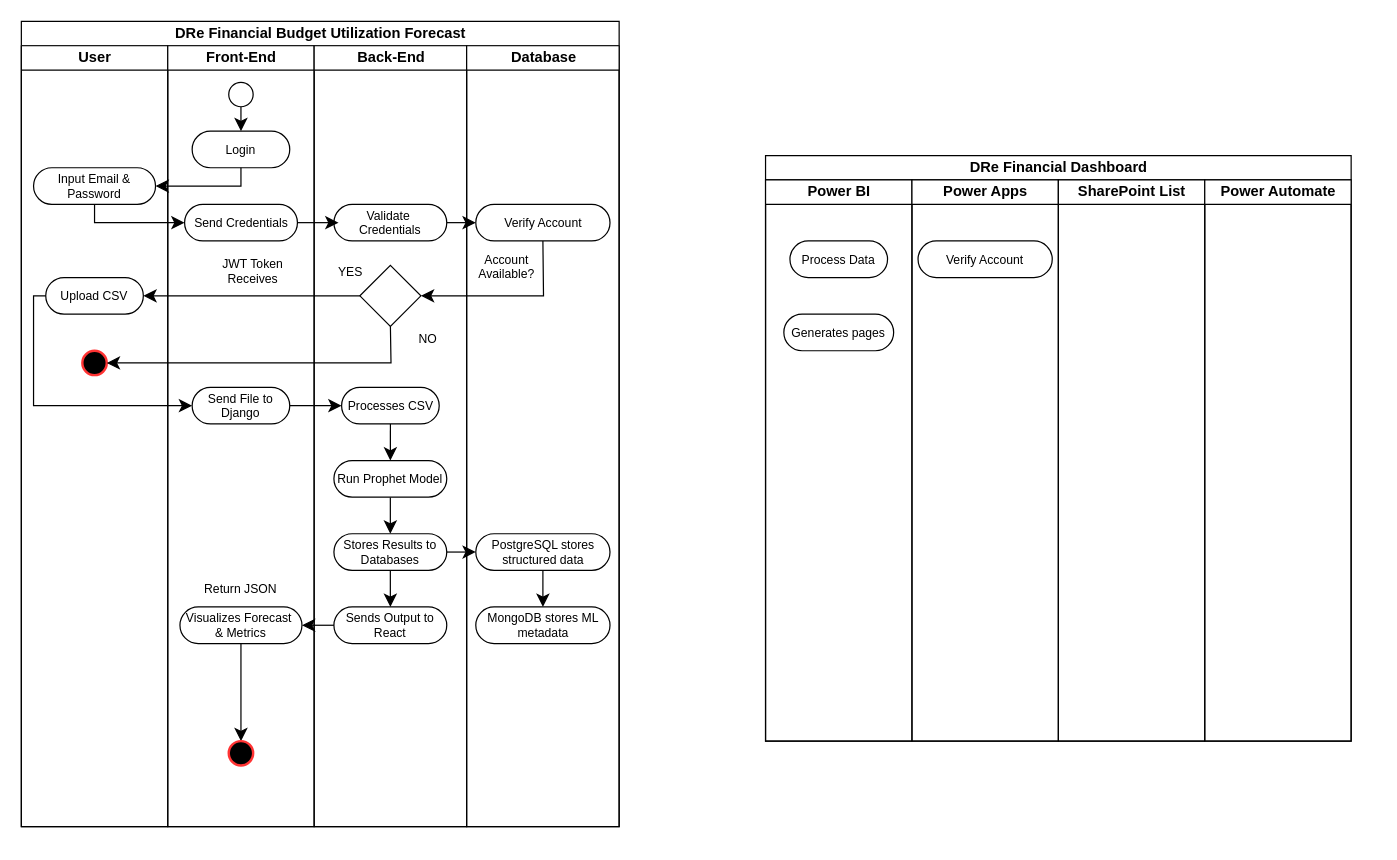
The draw.io diagram .devcontainer/Untitled Diagram.drawio in deb4b/budget-forecast-dashboard, before the edit. Source tidied: cells renumbered, new cells numbered last; positions are measured from the earlier drawing's top-left corner, leaving out a move shared by most shapes. Both pictures are drawn from the tidied source at 122%, with x=0, y=0 at pixel (21, 21).
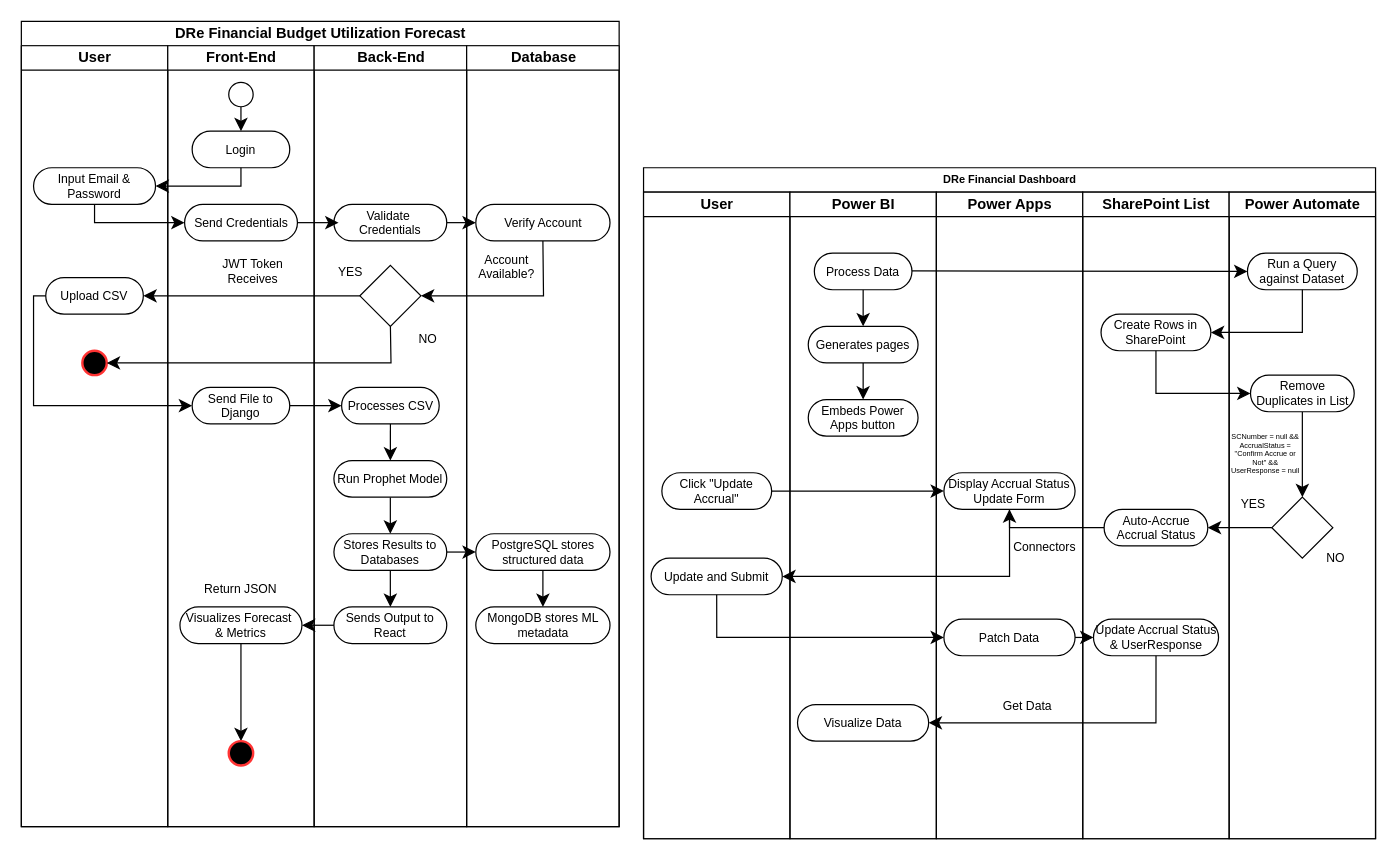
Above is the later version.

The change refers to these unchanged cells:
```xml
<mxCell id="49" value="Process Data" style="rounded=1;whiteSpace=wrap;html=1;arcSize=50;fontSize=10;" parent="48" vertex="1">
  <mxGeometry x="20" y="50" width="80" height="30" as="geometry" />
</mxCell>
<mxCell id="50" value="Generates pages" style="rounded=1;whiteSpace=wrap;html=1;arcSize=50;fontSize=10;" parent="48" vertex="1">
  <mxGeometry x="15" y="110" width="90" height="30" as="geometry" />
</mxCell>
```

Change to the diagram source:
```diff
@@
-    <mxCell id="47" value="DRe Financial Dashboard" style="swimlane;startSize=20;html=1;" parent="1" vertex="1">
-      <mxGeometry x="610" y="110" width="480" height="480" as="geometry" />
+    <mxCell id="47" value="DRe Financial Dashboard" style="swimlane;startSize=20;html=1;fontSize=9;" parent="1" vertex="1">
+      <mxGeometry x="510" y="120" width="600" height="550" as="geometry" />
     </mxCell>
+    <mxCell id="55" value="User" style="swimlane;startSize=20;html=1;" parent="47" vertex="1">
+      <mxGeometry y="20" width="120" height="530" as="geometry" />
+    </mxCell>
+    <mxCell id="56" value="Update and Submit" style="rounded=1;whiteSpace=wrap;html=1;arcSize=50;fontSize=10;" parent="55" vertex="1">
+      <mxGeometry x="6.2" y="300" width="107.5" height="30" as="geometry" />
+    </mxCell>
+    <mxCell id="57" value="Click &quot;Update Accrual&quot;" style="rounded=1;whiteSpace=wrap;html=1;arcSize=50;fontSize=10;" parent="55" vertex="1">
+      <mxGeometry x="15" y="230" width="90" height="30" as="geometry" />
+    </mxCell>
     <mxCell id="48" value="Power BI" style="swimlane;startSize=20;html=1;" parent="47" vertex="1">
-      <mxGeometry y="20" width="120" height="460" as="geometry" />
+      <mxGeometry x="120" y="20" width="120" height="530" as="geometry" />
     </mxCell>
+    <mxCell id="58" style="edgeStyle=none;curved=1;rounded=0;jettySize=auto;html=1;exitX=0.5;exitY=1;exitDx=0;exitDy=0;fontSize=12;startSize=8;endSize=8;" parent="48" edge="1" source="49" target="50">
+      <mxGeometry relative="1" as="geometry" />
+    </mxCell>
@@
+    <mxCell id="59" style="edgeStyle=none;curved=1;rounded=0;jettySize=auto;html=1;exitX=0.5;exitY=1;exitDx=0;exitDy=0;fontSize=12;startSize=8;endSize=8;" parent="48" edge="1" source="50" target="60">
+      <mxGeometry relative="1" as="geometry" />
+    </mxCell>
@@
+    <mxCell id="60" value="Embeds Power Apps button" style="rounded=1;whiteSpace=wrap;html=1;arcSize=50;fontSize=10;" parent="48" vertex="1">
+      <mxGeometry x="15" y="170" width="90" height="30" as="geometry" />
+    </mxCell>
+    <mxCell id="61" value="Visualize Data" style="rounded=1;whiteSpace=wrap;html=1;arcSize=50;fontSize=10;" parent="48" vertex="1">
+      <mxGeometry x="6.2" y="420" width="107.5" height="30" as="geometry" />
+    </mxCell>
     <mxCell id="51" value="Power Apps" style="swimlane;startSize=20;html=1;" parent="47" vertex="1">
-      <mxGeometry x="120" y="20" width="120" height="460" as="geometry" />
+      <mxGeometry x="240" y="20" width="120" height="530" as="geometry" />
     </mxCell>
-    <mxCell id="52" value="Verify Account" style="rounded=1;whiteSpace=wrap;html=1;arcSize=50;fontSize=10;" parent="51" vertex="1">
-      <mxGeometry x="5" y="50" width="110" height="30" as="geometry" />
+    <mxCell id="52" value="Display Accrual Status Update Form" style="rounded=1;whiteSpace=wrap;html=1;arcSize=50;fontSize=10;" parent="51" vertex="1">
+      <mxGeometry x="6.2" y="230" width="107.5" height="30" as="geometry" />
     </mxCell>
+    <mxCell id="62" style="edgeStyle=none;curved=1;rounded=0;jettySize=auto;html=1;exitX=1;exitY=0.5;exitDx=0;exitDy=0;fontSize=12;startSize=8;endSize=8;" parent="51" edge="1" target="69">
+      <mxGeometry relative="1" as="geometry">
+        <mxPoint x="-20" y="64.6" as="sourcePoint" />
+      </mxGeometry>
+    </mxCell>
+    <mxCell id="63" value="Connectors" style="text;html=1;whiteSpace=wrap;strokeColor=none;fillColor=none;align=center;verticalAlign=middle;rounded=0;fontSize=10;" parent="51" vertex="1">
+      <mxGeometry x="63.8" y="290" width="50" as="geometry" />
+    </mxCell>
+    <mxCell id="64" value="Patch Data" style="rounded=1;whiteSpace=wrap;html=1;arcSize=50;fontSize=10;" parent="51" vertex="1">
+      <mxGeometry x="6.2" y="350" width="107.5" height="30" as="geometry" />
+    </mxCell>
+    <mxCell id="65" value="Get Data" style="text;html=1;whiteSpace=wrap;strokeColor=none;fillColor=none;align=center;verticalAlign=middle;rounded=0;fontSize=10;" parent="51" vertex="1">
+      <mxGeometry x="50" y="420" width="50" as="geometry" />
+    </mxCell>
     <mxCell id="53" value="SharePoint List" style="swimlane;startSize=20;html=1;" parent="47" vertex="1">
-      <mxGeometry x="240" y="20" width="120" height="460" as="geometry" />
+      <mxGeometry x="360" y="20" width="120" height="530" as="geometry" />
     </mxCell>
+    <mxCell id="66" value="Create Rows in SharePoint" style="rounded=1;whiteSpace=wrap;html=1;arcSize=50;fontSize=10;" parent="53" vertex="1">
+      <mxGeometry x="15" y="100" width="90" height="30" as="geometry" />
+    </mxCell>
+    <mxCell id="67" value="Auto-Accrue Accrual Status" style="rounded=1;whiteSpace=wrap;html=1;arcSize=50;fontSize=10;" parent="53" vertex="1">
+      <mxGeometry x="17.5" y="260" width="85" height="30" as="geometry" />
+    </mxCell>
+    <mxCell id="68" value="Update Accrual Status &amp;amp; UserResponse" style="rounded=1;whiteSpace=wrap;html=1;arcSize=50;fontSize=10;" parent="53" vertex="1">
+      <mxGeometry x="8.8" y="350" width="102.5" height="30" as="geometry" />
+    </mxCell>
-    <mxCell id="54" value="Power Automate" style="swimlane;startSize=20;html=1;" parent="47" vertex="1">
-      <mxGeometry x="360" y="20" width="120" height="460" as="geometry" />
+    <mxCell id="54" value="&lt;font style=&quot;font-size: 12px;&quot;&gt;Power Automate&lt;/font&gt;" style="swimlane;startSize=20;html=1;fontSize=9;" parent="47" vertex="1">
+      <mxGeometry x="480" y="20" width="120" height="530" as="geometry" />
     </mxCell>
+    <mxCell id="69" value="Run a Query against Dataset" style="rounded=1;whiteSpace=wrap;html=1;arcSize=50;fontSize=10;" parent="54" vertex="1">
+      <mxGeometry x="15" y="50" width="90" height="30" as="geometry" />
+    </mxCell>
+    <mxCell id="70" style="edgeStyle=none;curved=1;rounded=0;jettySize=auto;html=1;exitX=0.5;exitY=1;exitDx=0;exitDy=0;fontSize=12;startSize=8;endSize=8;" parent="54" edge="1" source="71" target="72">
+      <mxGeometry relative="1" as="geometry" />
+    </mxCell>
+    <mxCell id="71" value="Remove Duplicates in List" style="rounded=1;whiteSpace=wrap;html=1;arcSize=50;fontSize=10;" parent="54" vertex="1">
+      <mxGeometry x="17.5" y="150" width="85" height="30" as="geometry" />
+    </mxCell>
+    <mxCell id="72" style="rhombus;whiteSpace=wrap;html=1;" parent="54" vertex="1">
+      <mxGeometry x="35" y="250" width="50" height="50" as="geometry" />
+    </mxCell>
+    <mxCell id="73" value="SCNumber = null &amp;amp;&amp;amp;&lt;div&gt;AccrualStatus = &quot;Confirm Accrue or Not&quot; &amp;amp;&amp;amp; UserResponse = null&lt;/div&gt;" style="text;html=1;whiteSpace=wrap;strokeColor=none;fillColor=none;align=center;verticalAlign=middle;rounded=0;fontSize=6;" parent="54" vertex="1">
+      <mxGeometry y="190" width="60" height="50" as="geometry" />
+    </mxCell>
+    <mxCell id="74" value="YES" style="text;html=1;whiteSpace=wrap;strokeColor=none;fillColor=none;align=center;verticalAlign=middle;rounded=0;fontSize=10;" parent="54" vertex="1">
+      <mxGeometry x="-10" y="240" width="60" height="30" as="geometry" />
+    </mxCell>
+    <mxCell id="75" value="NO" style="text;html=1;whiteSpace=wrap;strokeColor=none;fillColor=none;align=center;verticalAlign=middle;rounded=0;fontSize=10;" parent="54" vertex="1">
+      <mxGeometry x="70" y="290" width="35" height="20" as="geometry" />
+    </mxCell>
+    <mxCell id="76" style="edgeStyle=none;curved=1;rounded=0;jettySize=auto;html=1;exitX=1;exitY=0.5;exitDx=0;exitDy=0;fontSize=12;startSize=8;endSize=8;" parent="47" edge="1" source="57" target="52">
+      <mxGeometry relative="1" as="geometry" />
+    </mxCell>
+    <mxCell id="77" style="edgeStyle=none;curved=0;rounded=0;jettySize=auto;html=1;exitX=0.5;exitY=1;exitDx=0;exitDy=0;entryX=1;entryY=0.5;entryDx=0;entryDy=0;fontSize=12;startSize=8;endSize=8;" parent="47" edge="1" source="52" target="56">
+      <mxGeometry relative="1" as="geometry">
+        <Array as="points">
+          <mxPoint x="300" y="335" />
+        </Array>
+      </mxGeometry>
+    </mxCell>
+    <mxCell id="78" style="edgeStyle=none;curved=0;rounded=0;jettySize=auto;html=1;exitX=0.5;exitY=1;exitDx=0;exitDy=0;entryX=1;entryY=0.5;entryDx=0;entryDy=0;fontSize=12;startSize=8;endSize=8;" parent="47" edge="1" source="69" target="66">
+      <mxGeometry relative="1" as="geometry">
+        <Array as="points">
+          <mxPoint x="540" y="135" />
+        </Array>
+      </mxGeometry>
+    </mxCell>
+    <mxCell id="79" style="edgeStyle=none;curved=0;rounded=0;jettySize=auto;html=1;exitX=0.5;exitY=1;exitDx=0;exitDy=0;entryX=0;entryY=0.5;entryDx=0;entryDy=0;fontSize=12;startSize=8;endSize=8;" parent="47" edge="1" source="66" target="71">
+      <mxGeometry relative="1" as="geometry">
+        <Array as="points">
+          <mxPoint x="420" y="185" />
+        </Array>
+      </mxGeometry>
+    </mxCell>
+    <mxCell id="80" style="edgeStyle=none;curved=1;rounded=0;jettySize=auto;html=1;exitX=0;exitY=0.5;exitDx=0;exitDy=0;entryX=1;entryY=0.5;entryDx=0;entryDy=0;fontSize=12;startSize=8;endSize=8;" parent="47" edge="1" source="72" target="67">
+      <mxGeometry relative="1" as="geometry" />
+    </mxCell>
+    <mxCell id="81" style="edgeStyle=none;curved=0;rounded=0;jettySize=auto;html=1;exitX=0;exitY=0.5;exitDx=0;exitDy=0;entryX=0.5;entryY=1;entryDx=0;entryDy=0;fontSize=12;startSize=8;endSize=8;" parent="47" edge="1" source="67" target="52">
+      <mxGeometry relative="1" as="geometry">
+        <Array as="points">
+          <mxPoint x="300" y="295" />
+        </Array>
+      </mxGeometry>
+    </mxCell>
+    <mxCell id="82" style="edgeStyle=none;curved=0;rounded=0;jettySize=auto;html=1;exitX=0.5;exitY=1;exitDx=0;exitDy=0;entryX=0;entryY=0.5;entryDx=0;entryDy=0;fontSize=12;startSize=8;endSize=8;" parent="47" edge="1" source="56" target="64">
+      <mxGeometry relative="1" as="geometry">
+        <Array as="points">
+          <mxPoint x="60" y="385" />
+        </Array>
+      </mxGeometry>
+    </mxCell>
+    <mxCell id="83" style="edgeStyle=none;curved=1;rounded=0;jettySize=auto;html=1;exitX=1;exitY=0.5;exitDx=0;exitDy=0;fontSize=12;startSize=8;endSize=8;" parent="47" edge="1" source="64" target="68">
+      <mxGeometry relative="1" as="geometry" />
+    </mxCell>
+    <mxCell id="84" style="edgeStyle=none;curved=0;rounded=0;jettySize=auto;html=1;exitX=0.5;exitY=1;exitDx=0;exitDy=0;entryX=1;entryY=0.5;entryDx=0;entryDy=0;fontSize=12;startSize=8;endSize=8;" parent="47" edge="1" source="68" target="61">
+      <mxGeometry relative="1" as="geometry">
+        <Array as="points">
+          <mxPoint x="420" y="455" />
+        </Array>
+      </mxGeometry>
+    </mxCell>
```
